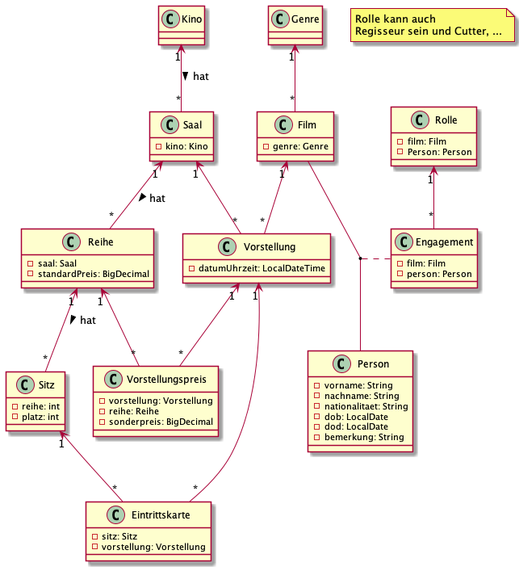
This is asciidocs/images/kinokette-cld-musterloesung-variante-mit-rolle.png from raphaelabl/lecture-notes, a PlantUML export, as it was before one commit.
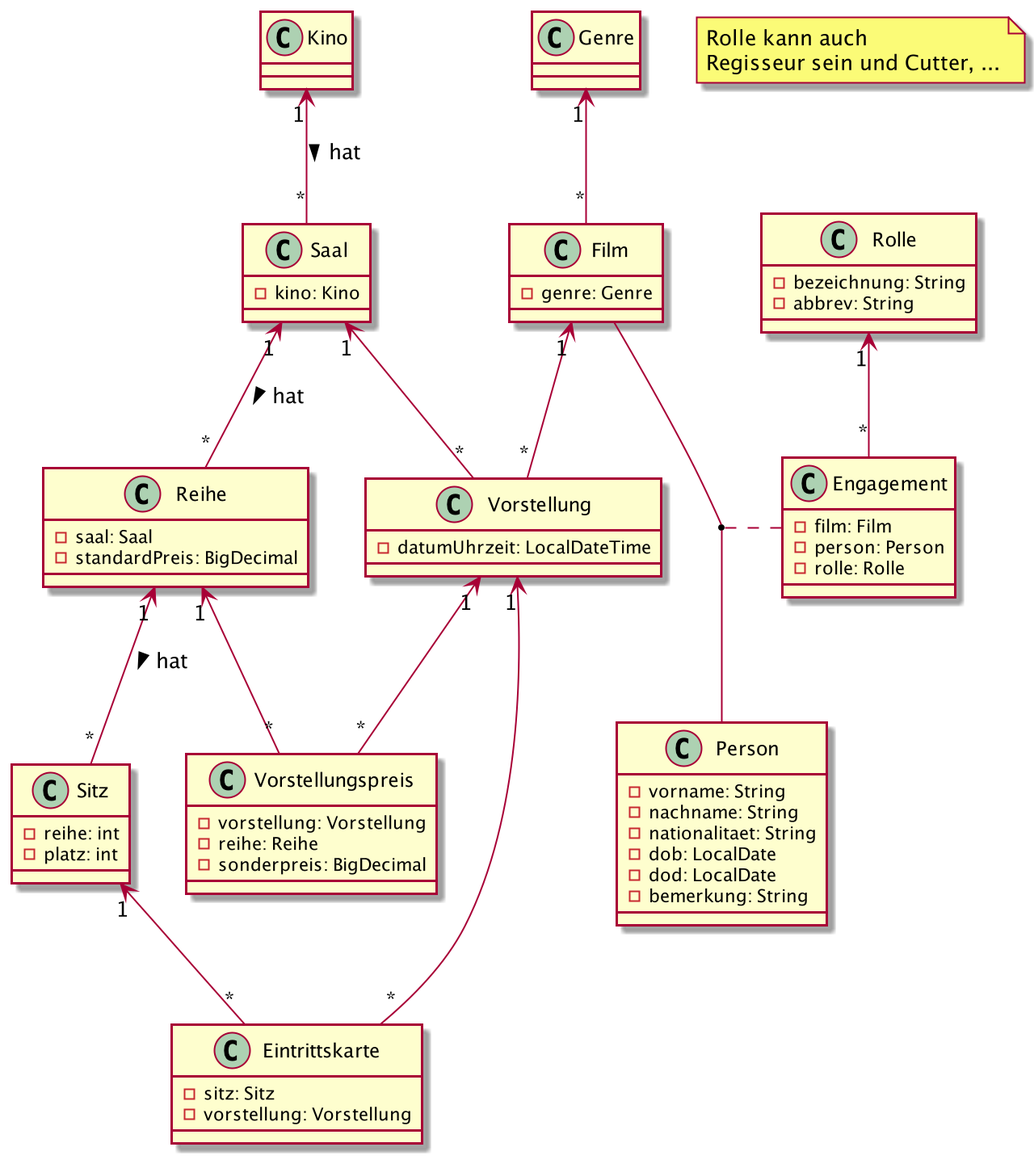
Later version of the same file.

Commit message:
lecture 2020-12-16 (additional for 2020-12-14)

The edit, as a diff of the source:
```diff
@@ -50,13 +50,14 @@
 
 
 class Rolle {
-  -film: Film
-  -Person: Person
+  -bezeichnung: String
+  -abbrev: String
 }
 
 class Engagement {
   -film: Film
   -person: Person
+  -rolle: Rolle
 }
 
 note "Rolle kann auch \nRegisseur sein und Cutter, ..." as N1
```
